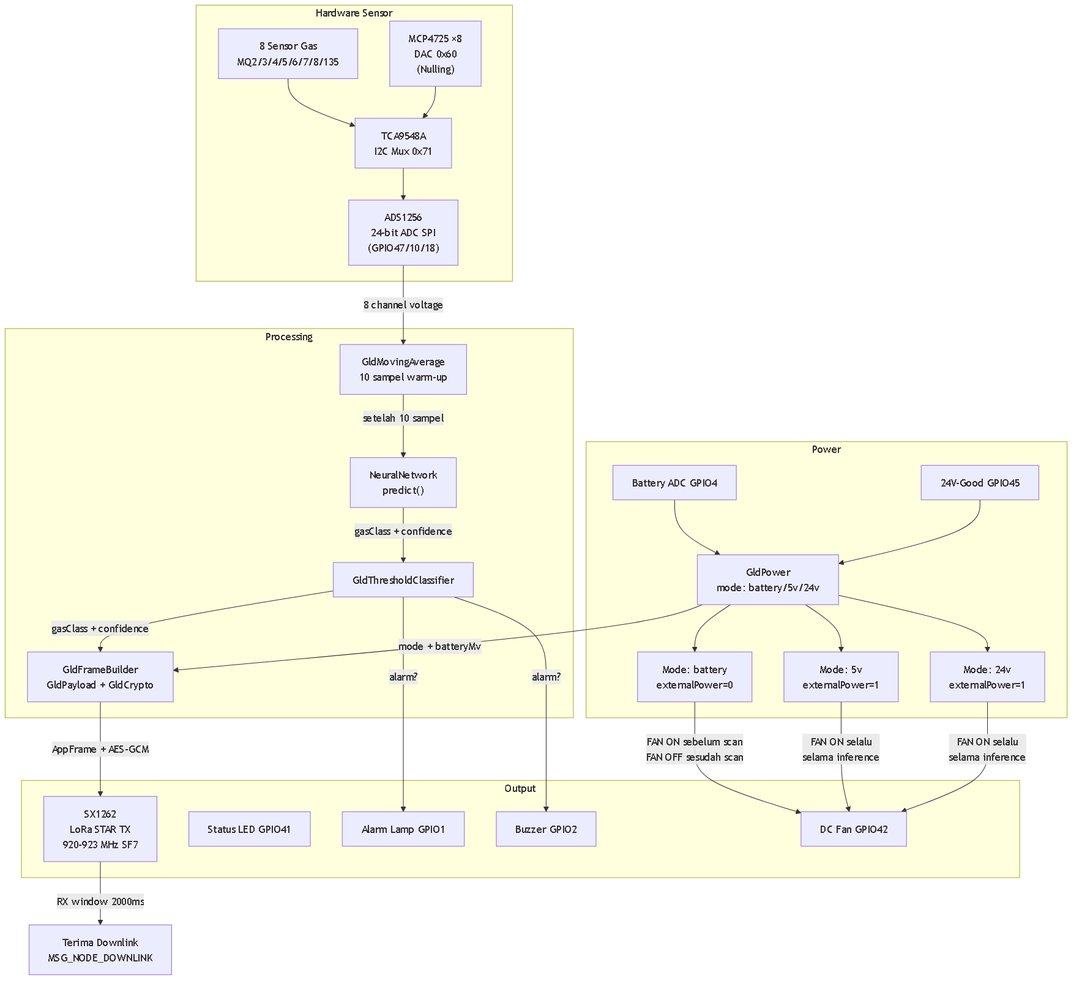
Above: _mermaid_tmp/diag_05.png in fadlurrahmanf/PertaminaGLD (Mermaid), before the change. Its source is kept beside it as _mermaid_tmp/diag_05.mmd.
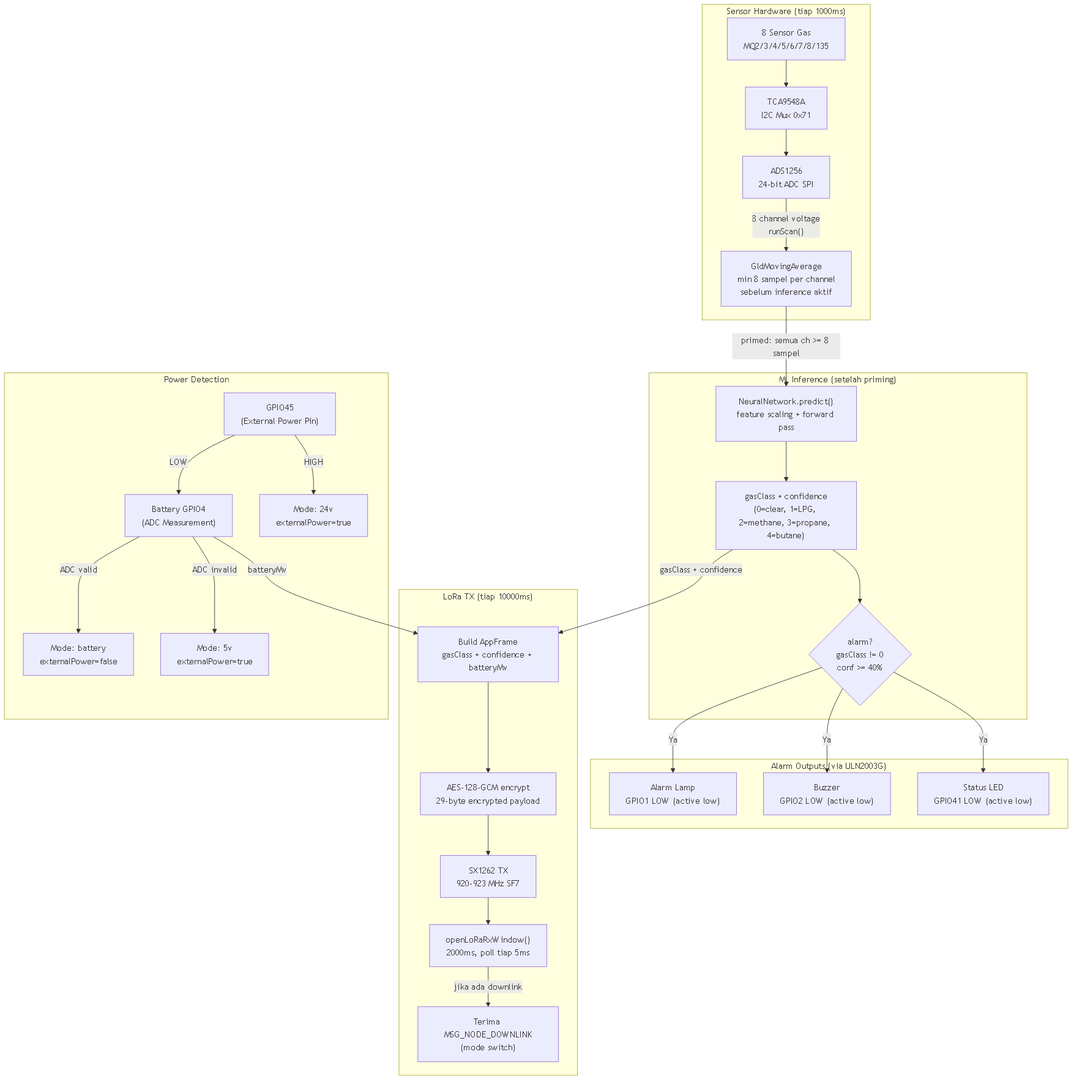
The same file after the commit.

Change to the diagram source:
```diff
@@ -1,55 +1,57 @@
 flowchart TD
-    subgraph SENSOR_BLOCK["Hardware Sensor"]
+    subgraph SENSOR_BLOCK["Sensor Hardware (tiap 1000ms)"]
         MQ["8 Sensor Gas\nMQ2/3/4/5/6/7/8/135"]
         TCA["TCA9548A\nI2C Mux 0x71"]
-        MCP["MCP4725 ×8\nDAC 0x60\n(Nulling)"]
-        ADS["ADS1256\n24-bit ADC SPI\n(GPIO47/10/18)"]
+        ADS["ADS1256\n24-bit ADC SPI"]
+        MA["GldMovingAverage\nmin 8 sampel per channel\nsebelum inference aktif"]
     end
 
-    subgraph PROC_BLOCK["Processing"]
-        MA["GldMovingAverage\n10 sampel warm-up"]
-        TC["GldThresholdClassifier"]
-        NN["NeuralNetwork\npredict()"]
-        FM["GldFrameBuilder\nGldPayload + GldCrypto"]
+    subgraph INFERENCE_BLOCK["ML Inference (setelah priming)"]
+        NN["NeuralNetwork.predict()\nfeature scaling + forward pass"]
+        RESULT["gasClass + confidence\n(0=clear, 1=LPG, 2=methane, 3=propane, 4=butane)"]
+        ALARM_CHK{"alarm?\ngasClass != 0\nconf >= 40%"}
     end
 
-    subgraph OUTPUT_BLOCK["Output"]
-        LORA["SX1262\nLoRa STAR TX\n920-923 MHz SF7"]
-        LED["Status LED GPIO41"]
-        LAMP["Alarm Lamp GPIO1"]
-        BUZ["Buzzer GPIO2"]
-        FAN["DC Fan GPIO42"]
+    subgraph ALARM_OUTPUT["Alarm Outputs (via ULN2003G)"]
+        LAMP["Alarm Lamp\nGPIO1 LOW (active low)"]
+        BUZ["Buzzer\nGPIO2 LOW (active low)"]
+        LED["Status LED\nGPIO41 LOW (active low)"]
     end
 
-    subgraph POWER_BLOCK["Power"]
-        BATT["Battery ADC GPIO4"]
-        PWR24["24V-Good GPIO45"]
-        POWER["GldPower\nmode: battery/5v/24v"]
-        PMODE_BATT["Mode: battery\nexternalPower=0"]
-        PMODE_5V["Mode: 5v\nexternalPower=1"]
-        PMODE_24V["Mode: 24v\nexternalPower=1"]
+    subgraph TX_BLOCK["LoRa TX (tiap 10000ms)"]
+        BUILD["Build AppFrame\ngasClass + confidence + batteryMv"]
+        ENC["AES-128-GCM encrypt\n29-byte encrypted payload"]
+        LORA["SX1262 TX\n920-923 MHz SF7"]
+        RX["openLoRaRxWindow()\n2000ms, poll tiap 5ms"]
+        DNLK["Terima MSG_NODE_DOWNLINK\n(mode switch)"]
+    end
+
+    subgraph POWER_BLOCK["Power Detection"]
+        P45["GPIO45\n(External Power Pin)"]
+        BATGPIO4["Battery GPIO4\n(ADC Measurement)"]
+        PM24["Mode: 24v\nexternalPower=true"]
+        PMBAT["Mode: battery\nexternalPower=false"]
+        PM5V["Mode: 5v\nexternalPower=true"]
     end
 
     MQ --> TCA
     TCA --> ADS
-    MCP --> TCA
-    ADS -->|"8 channel voltage"| MA
-    MA -->|"setelah 10 sampel"| NN
-    NN -->|"gasClass + confidence"| TC
-    TC -->|"alarm?"| LAMP
-    TC -->|"alarm?"| BUZ
-    TC -->|"gasClass + confidence"| FM
+    ADS -->|"8 channel voltage\nrunScan()"| MA
+    MA -->|"primed: semua ch >= 8 sampel"| NN
+    NN --> RESULT
+    RESULT --> ALARM_CHK
+    ALARM_CHK -->|"Ya"| LAMP
+    ALARM_CHK -->|"Ya"| BUZ
+    ALARM_CHK -->|"Ya"| LED
 
-    BATT --> POWER
-    PWR24 --> POWER
-    POWER --> PMODE_BATT
-    POWER --> PMODE_5V
-    POWER --> PMODE_24V
-    POWER -->|"mode + batteryMv"| FM
+    P45 -->|"HIGH"| PM24
+    P45 -->|"LOW"| BATGPIO4
+    BATGPIO4 -->|"ADC valid"| PMBAT
+    BATGPIO4 -->|"ADC invalid"| PM5V
 
-    PMODE_BATT -->|"FAN ON sebelum scan\nFAN OFF sesudah scan"| FAN
-    PMODE_5V -->|"FAN ON selalu\nselama inference"| FAN
-    PMODE_24V -->|"FAN ON selalu\nselama inference"| FAN
-
-    FM -->|"AppFrame + AES-GCM"| LORA
-    LORA -->|"RX window 2000ms"| DOWNLINK_RX["Terima Downlink\nMSG_NODE_DOWNLINK"]
+    BATGPIO4 -->|"batteryMv"| BUILD
+    RESULT -->|"gasClass + confidence"| BUILD
+    BUILD --> ENC
+    ENC --> LORA
+    LORA --> RX
+    RX -->|"jika ada downlink"| DNLK
```
